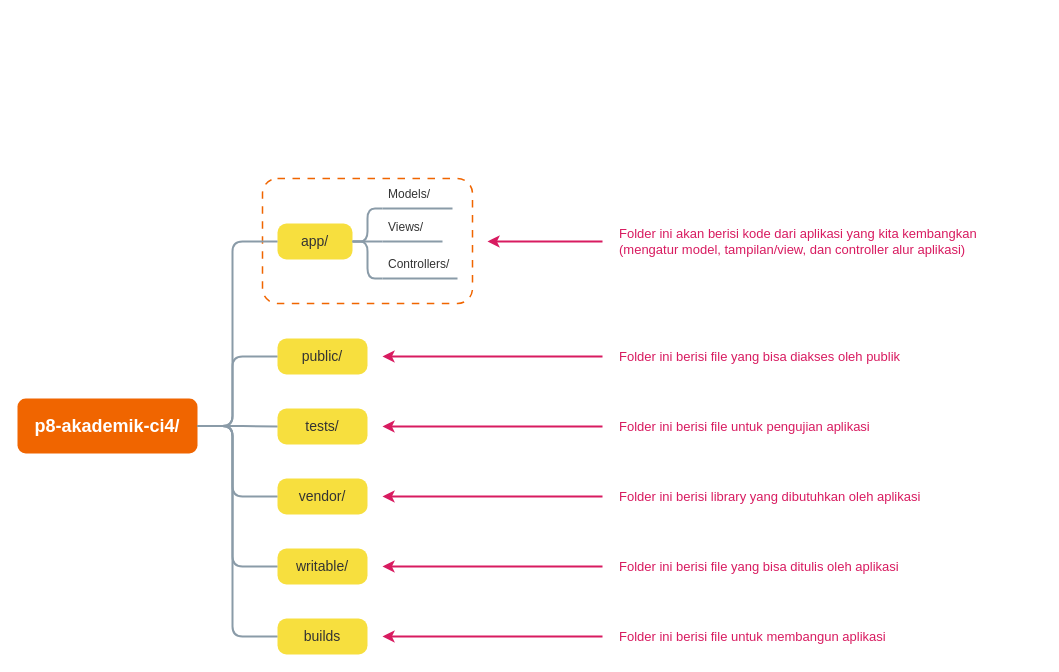
xnoname2003/flowchart keeps this draw.io diagram as Untitled Diagram.drawio. Above is the earlier version. Source tidied: cells renumbered, new cells numbered last; positions are measured from the earlier drawing's top-left corner, leaving out a move shared by most shapes. Both pictures are drawn from the tidied source at 100%, with x=0, y=0 at pixel (17, 178).
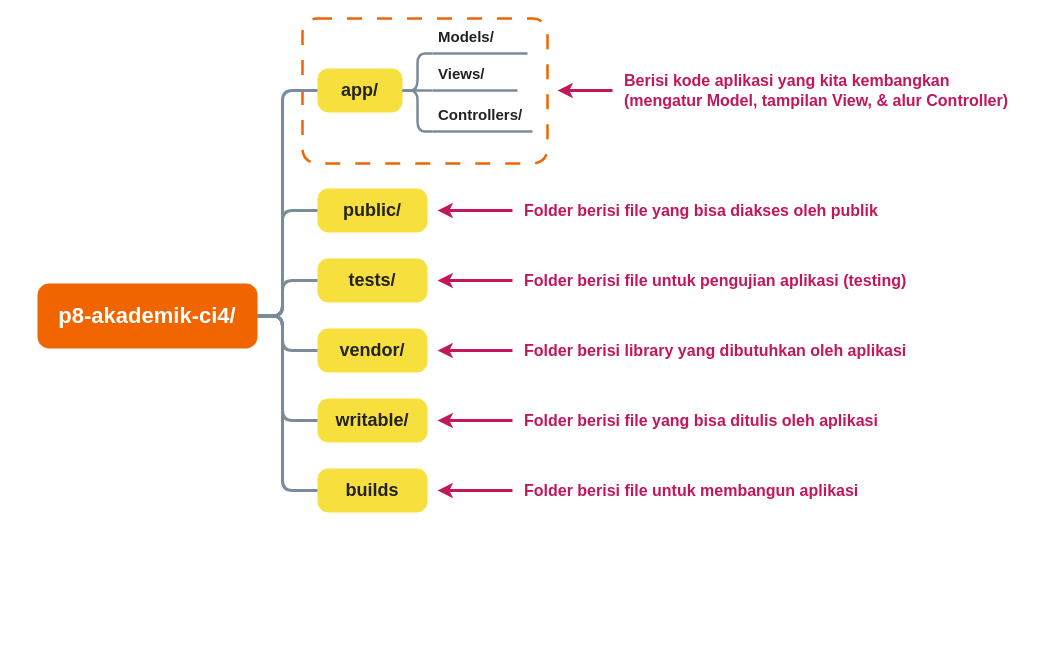
After the change.

What changed in the source:
```diff
@@
-    <mxCell id="2" value="p8-akademik-ci4/" style="rounded=1;whiteSpace=wrap;html=1;fillColor=#F06500;strokeColor=none;fontColor=#FFFFFF;fontSize=18;fontStyle=1;arcSize=15;" parent="1" vertex="1">
-      <mxGeometry y="220" width="180" height="55" as="geometry" />
+    <mxCell id="2" value="p8-akademik-ci4/" style="rounded=1;whiteSpace=wrap;html=1;fillColor=#F06500;strokeColor=none;fontColor=#FFFFFF;fontSize=22;fontStyle=1;arcSize=18;" parent="1" vertex="1">
+      <mxGeometry x="20" y="105" width="220" height="65" as="geometry" />
     </mxCell>
-    <mxCell id="3" style="rounded=1;whiteSpace=wrap;html=1;fillColor=none;strokeColor=#F06500;strokeWidth=1.5;dashed=1;dashPattern=5 5;arcSize=12;" parent="1" vertex="1">
-      <mxGeometry x="245" width="210" height="125" as="geometry" />
-    </mxCell>
+    <mxCell id="34" style="rounded=1;whiteSpace=wrap;html=1;fillColor=none;strokeColor=#F06500;strokeWidth=2.5;dashed=1;dashPattern=6 6;arcSize=10;" parent="1" vertex="1">
+      <mxGeometry x="285" y="-160" width="245" height="145" as="geometry" />
+    </mxCell>
-    <mxCell id="4" value="app/" style="rounded=1;whiteSpace=wrap;html=1;fillColor=#F7DF3E;strokeColor=none;fontColor=#333333;fontSize=14;fontStyle=0;arcSize=25;" parent="1" vertex="1">
-      <mxGeometry x="260" y="45" width="75" height="36" as="geometry" />
+    <mxCell id="4" value="app/" style="rounded=1;whiteSpace=wrap;html=1;fillColor=#F7DF3E;strokeColor=none;fontColor=#222222;fontSize=18;fontStyle=1;arcSize=25;" parent="1" vertex="1">
+      <mxGeometry x="300" y="-110" width="85" height="44" as="geometry" />
     </mxCell>
-    <mxCell id="5" style="edgeStyle=orthogonalEdgeStyle;rounded=1;jettySize=auto;html=1;exitX=1;exitY=0.5;entryX=0;entryY=0.5;strokeColor=#8A9BA8;strokeWidth=2;endArrow=none;" parent="1" edge="1" source="2" target="4">
+    <mxCell id="5" style="edgeStyle=orthogonalEdgeStyle;rounded=1;jettySize=auto;html=1;exitX=1;exitY=0.5;entryX=0;entryY=0.5;strokeColor=#7A8B99;strokeWidth=3;endArrow=none;" parent="1" edge="1" source="2" target="4">
       <mxGeometry relative="1" as="geometry">
         <Array as="points">
-          <mxPoint x="215" y="248" />
-          <mxPoint x="215" y="63" />
+          <mxPoint x="265" y="138" />
+          <mxPoint x="265" y="-88" />
         </Array>
       </mxGeometry>
     </mxCell>
-    <mxCell id="6" value="Models/" style="whiteSpace=wrap;html=1;fillColor=none;strokeColor=#8A9BA8;strokeWidth=2;fontColor=#333333;fontSize=12;align=left;spacingLeft=4;shape=line;verticalAlign=bottom;labelPosition=center;verticalLabelPosition=top;" parent="1" vertex="1">
-      <mxGeometry x="365" y="25" width="70" height="10" as="geometry" />
+    <mxCell id="6" value="Models/" style="whiteSpace=wrap;html=1;fillColor=none;strokeColor=#7A8B99;strokeWidth=2.5;fontColor=#222222;fontSize=15;fontStyle=1;align=left;spacingLeft=4;shape=line;verticalAlign=bottom;labelPosition=center;verticalLabelPosition=top;" parent="1" vertex="1">
+      <mxGeometry x="415" y="-130" width="95" height="10" as="geometry" />
     </mxCell>
-    <mxCell id="7" style="edgeStyle=orthogonalEdgeStyle;rounded=1;html=1;exitX=1;exitY=0.5;entryX=0;entryY=0.5;strokeColor=#8A9BA8;strokeWidth=2;endArrow=none;" parent="1" edge="1" source="4" target="6">
+    <mxCell id="7" style="edgeStyle=orthogonalEdgeStyle;rounded=1;html=1;exitX=1;exitY=0.5;entryX=0;entryY=0.5;strokeColor=#7A8B99;strokeWidth=2.5;endArrow=none;" parent="1" edge="1" source="4" target="6">
       <mxGeometry relative="1" as="geometry">
         <Array as="points">
-          <mxPoint x="350" y="63" />
-          <mxPoint x="350" y="30" />
+          <mxPoint x="400" y="-88" />
+          <mxPoint x="400" y="-125" />
         </Array>
       </mxGeometry>
     </mxCell>
-    <mxCell id="8" value="Views/" style="whiteSpace=wrap;html=1;fillColor=none;strokeColor=#8A9BA8;strokeWidth=2;fontColor=#333333;fontSize=12;align=left;spacingLeft=4;shape=line;verticalAlign=bottom;labelPosition=center;verticalLabelPosition=top;" parent="1" vertex="1">
-      <mxGeometry x="365" y="58" width="60" height="10" as="geometry" />
+    <mxCell id="8" value="Views/" style="whiteSpace=wrap;html=1;fillColor=none;strokeColor=#7A8B99;strokeWidth=2.5;fontColor=#222222;fontSize=15;fontStyle=1;align=left;spacingLeft=4;shape=line;verticalAlign=bottom;labelPosition=center;verticalLabelPosition=top;" parent="1" vertex="1">
+      <mxGeometry x="415" y="-93" width="85" height="10" as="geometry" />
     </mxCell>
-    <mxCell id="9" style="edgeStyle=orthogonalEdgeStyle;rounded=1;html=1;exitX=1;exitY=0.5;entryX=0;entryY=0.5;strokeColor=#8A9BA8;strokeWidth=2;endArrow=none;" parent="1" edge="1" source="4" target="8">
+    <mxCell id="9" style="edgeStyle=orthogonalEdgeStyle;rounded=1;html=1;exitX=1;exitY=0.5;entryX=0;entryY=0.5;strokeColor=#7A8B99;strokeWidth=2.5;endArrow=none;" parent="1" edge="1" source="4" target="8">
       <mxGeometry relative="1" as="geometry" />
     </mxCell>
-    <mxCell id="10" value="Controllers/" style="whiteSpace=wrap;html=1;fillColor=none;strokeColor=#8A9BA8;strokeWidth=2;fontColor=#333333;fontSize=12;align=left;spacingLeft=4;shape=line;verticalAlign=bottom;labelPosition=center;verticalLabelPosition=top;" parent="1" vertex="1">
-      <mxGeometry x="365" y="95" width="75" height="10" as="geometry" />
+    <mxCell id="10" value="Controllers/" style="whiteSpace=wrap;html=1;fillColor=none;strokeColor=#7A8B99;strokeWidth=2.5;fontColor=#222222;fontSize=15;fontStyle=1;align=left;spacingLeft=4;shape=line;verticalAlign=bottom;labelPosition=center;verticalLabelPosition=top;" parent="1" vertex="1">
+      <mxGeometry x="415" y="-52" width="100" height="10" as="geometry" />
     </mxCell>
-    <mxCell id="11" style="edgeStyle=orthogonalEdgeStyle;rounded=1;html=1;exitX=1;exitY=0.5;entryX=0;entryY=0.5;strokeColor=#8A9BA8;strokeWidth=2;endArrow=none;" parent="1" edge="1" source="4" target="10">
+    <mxCell id="11" style="edgeStyle=orthogonalEdgeStyle;rounded=1;html=1;exitX=1;exitY=0.5;entryX=0;entryY=0.5;strokeColor=#7A8B99;strokeWidth=2.5;endArrow=none;" parent="1" edge="1" source="4" target="10">
       <mxGeometry relative="1" as="geometry">
         <Array as="points">
-          <mxPoint x="350" y="63" />
-          <mxPoint x="350" y="100" />
+          <mxPoint x="400" y="-88" />
+          <mxPoint x="400" y="-47" />
         </Array>
       </mxGeometry>
     </mxCell>
-    <mxCell id="12" value="&lt;font&gt;Folder ini akan berisi kode dari aplikasi yang kita kembangkan&lt;br&gt;(mengatur model, tampilan/view, dan controller alur aplikasi)&lt;/font&gt;" style="text;html=1;strokeColor=none;fillColor=none;align=left;verticalAlign=middle;whiteSpace=wrap;fontColor=#D81B60;fontSize=13;" parent="1" vertex="1">
-      <mxGeometry x="600" y="40" width="380" height="45" as="geometry" />
-    </mxCell>
-    <mxCell id="13" style="edgeStyle=none;html=1;strokeColor=#D81B60;strokeWidth=2;endArrow=classic;" parent="1" edge="1">
-      <mxGeometry relative="1" as="geometry">
-        <mxPoint x="585" y="63" as="sourcePoint" />
-        <mxPoint x="470" y="63" as="targetPoint" />
-      </mxGeometry>
-    </mxCell>
+    <mxCell id="35" value="Berisi kode aplikasi yang kita kembangkan&#10;(mengatur Model, tampilan View, &amp; alur Controller)" style="text;html=1;strokeColor=none;fillColor=none;align=left;verticalAlign=middle;whiteSpace=wrap;fontColor=#C2185B;fontSize=16;fontStyle=1;" parent="1" vertex="1">
+      <mxGeometry x="605" y="-118" width="420" height="60" as="geometry" />
+    </mxCell>
+    <mxCell id="36" style="edgeStyle=none;html=1;strokeColor=#C2185B;strokeWidth=3;endArrow=classic;" parent="1" edge="1">
+      <mxGeometry relative="1" as="geometry">
+        <mxPoint x="595" y="-88" as="sourcePoint" />
+        <mxPoint x="540" y="-88" as="targetPoint" />
+      </mxGeometry>
+    </mxCell>
-    <mxCell id="14" value="public/" style="rounded=1;whiteSpace=wrap;html=1;fillColor=#F7DF3E;strokeColor=none;fontColor=#333333;fontSize=14;arcSize=25;" parent="1" vertex="1">
-      <mxGeometry x="260" y="160" width="90" height="36" as="geometry" />
+    <mxCell id="14" value="public/" style="rounded=1;whiteSpace=wrap;html=1;fillColor=#F7DF3E;strokeColor=none;fontColor=#222222;fontSize=18;fontStyle=1;arcSize=25;" parent="1" vertex="1">
+      <mxGeometry x="300" y="10" width="110" height="44" as="geometry" />
     </mxCell>
-    <mxCell id="15" style="edgeStyle=orthogonalEdgeStyle;rounded=1;html=1;exitX=1;exitY=0.5;entryX=0;entryY=0.5;strokeColor=#8A9BA8;strokeWidth=2;endArrow=none;" parent="1" edge="1" source="2" target="14">
+    <mxCell id="15" style="edgeStyle=orthogonalEdgeStyle;rounded=1;html=1;exitX=1;exitY=0.5;entryX=0;entryY=0.5;strokeColor=#7A8B99;strokeWidth=3;endArrow=none;" parent="1" edge="1" source="2" target="14">
       <mxGeometry relative="1" as="geometry">
         <Array as="points">
-          <mxPoint x="215" y="248" />
-          <mxPoint x="215" y="178" />
+          <mxPoint x="265" y="138" />
+          <mxPoint x="265" y="32" />
         </Array>
       </mxGeometry>
     </mxCell>
-    <mxCell id="16" value="Folder ini berisi file yang bisa diakses oleh publik" style="text;html=1;strokeColor=none;fillColor=none;align=left;verticalAlign=middle;whiteSpace=wrap;fontColor=#D81B60;fontSize=13;" parent="1" vertex="1">
-      <mxGeometry x="600" y="160" width="360" height="36" as="geometry" />
-    </mxCell>
-    <mxCell id="17" style="edgeStyle=none;html=1;strokeColor=#D81B60;strokeWidth=2;endArrow=classic;" parent="1" edge="1">
-      <mxGeometry relative="1" as="geometry">
-        <mxPoint x="585" y="178" as="sourcePoint" />
-        <mxPoint x="365" y="178" as="targetPoint" />
-      </mxGeometry>
-    </mxCell>
+    <mxCell id="37" value="Folder berisi file yang bisa diakses oleh publik" style="text;html=1;strokeColor=none;fillColor=none;align=left;verticalAlign=middle;whiteSpace=wrap;fontColor=#C2185B;fontSize=16;fontStyle=1;" parent="1" vertex="1">
+      <mxGeometry x="505" y="10" width="480" height="44" as="geometry" />
+    </mxCell>
+    <mxCell id="38" style="edgeStyle=none;html=1;strokeColor=#C2185B;strokeWidth=3;endArrow=classic;" parent="1" edge="1">
+      <mxGeometry relative="1" as="geometry">
+        <mxPoint x="495" y="32" as="sourcePoint" />
+        <mxPoint x="420" y="32" as="targetPoint" />
+      </mxGeometry>
+    </mxCell>
-    <mxCell id="18" value="tests/" style="rounded=1;whiteSpace=wrap;html=1;fillColor=#F7DF3E;strokeColor=none;fontColor=#333333;fontSize=14;arcSize=25;" parent="1" vertex="1">
-      <mxGeometry x="260" y="230" width="90" height="36" as="geometry" />
+    <mxCell id="18" value="tests/" style="rounded=1;whiteSpace=wrap;html=1;fillColor=#F7DF3E;strokeColor=none;fontColor=#222222;fontSize=18;fontStyle=1;arcSize=25;" parent="1" vertex="1">
+      <mxGeometry x="300" y="80" width="110" height="44" as="geometry" />
     </mxCell>
-    <mxCell id="19" style="edgeStyle=orthogonalEdgeStyle;rounded=1;html=1;exitX=1;exitY=0.5;entryX=0;entryY=0.5;strokeColor=#8A9BA8;strokeWidth=2;endArrow=none;" parent="1" edge="1" source="2" target="18">
+    <mxCell id="19" style="edgeStyle=orthogonalEdgeStyle;rounded=1;html=1;exitX=1;exitY=0.5;entryX=0;entryY=0.5;strokeColor=#7A8B99;strokeWidth=3;endArrow=none;" parent="1" edge="1" source="2" target="18">
       <mxGeometry relative="1" as="geometry">
         <Array as="points">
-          <mxPoint x="215" y="248" />
-          <mxPoint x="215" y="248" />
+          <mxPoint x="265" y="138" />
+          <mxPoint x="265" y="102" />
         </Array>
       </mxGeometry>
     </mxCell>
-    <mxCell id="20" value="Folder ini berisi file untuk pengujian aplikasi" style="text;html=1;strokeColor=none;fillColor=none;align=left;verticalAlign=middle;whiteSpace=wrap;fontColor=#D81B60;fontSize=13;" parent="1" vertex="1">
-      <mxGeometry x="600" y="230" width="360" height="36" as="geometry" />
-    </mxCell>
-    <mxCell id="21" style="edgeStyle=none;html=1;strokeColor=#D81B60;strokeWidth=2;endArrow=classic;" parent="1" edge="1">
-      <mxGeometry relative="1" as="geometry">
-        <mxPoint x="585" y="248" as="sourcePoint" />
-        <mxPoint x="365" y="248" as="targetPoint" />
-      </mxGeometry>
-    </mxCell>
+    <mxCell id="39" value="Folder berisi file untuk pengujian aplikasi (testing)" style="text;html=1;strokeColor=none;fillColor=none;align=left;verticalAlign=middle;whiteSpace=wrap;fontColor=#C2185B;fontSize=16;fontStyle=1;" parent="1" vertex="1">
+      <mxGeometry x="505" y="80" width="480" height="44" as="geometry" />
+    </mxCell>
+    <mxCell id="40" style="edgeStyle=none;html=1;strokeColor=#C2185B;strokeWidth=3;endArrow=classic;" parent="1" edge="1">
+      <mxGeometry relative="1" as="geometry">
+        <mxPoint x="495" y="102" as="sourcePoint" />
+        <mxPoint x="420" y="102" as="targetPoint" />
+      </mxGeometry>
+    </mxCell>
-    <mxCell id="22" value="vendor/" style="rounded=1;whiteSpace=wrap;html=1;fillColor=#F7DF3E;strokeColor=none;fontColor=#333333;fontSize=14;arcSize=25;" parent="1" vertex="1">
-      <mxGeometry x="260" y="300" width="90" height="36" as="geometry" />
+    <mxCell id="22" value="vendor/" style="rounded=1;whiteSpace=wrap;html=1;fillColor=#F7DF3E;strokeColor=none;fontColor=#222222;fontSize=18;fontStyle=1;arcSize=25;" parent="1" vertex="1">
+      <mxGeometry x="300" y="150" width="110" height="44" as="geometry" />
     </mxCell>
-    <mxCell id="23" style="edgeStyle=orthogonalEdgeStyle;rounded=1;html=1;exitX=1;exitY=0.5;entryX=0;entryY=0.5;strokeColor=#8A9BA8;strokeWidth=2;endArrow=none;" parent="1" edge="1" source="2" target="22">
+    <mxCell id="23" style="edgeStyle=orthogonalEdgeStyle;rounded=1;html=1;exitX=1;exitY=0.5;entryX=0;entryY=0.5;strokeColor=#7A8B99;strokeWidth=3;endArrow=none;" parent="1" edge="1" source="2" target="22">
       <mxGeometry relative="1" as="geometry">
         <Array as="points">
-          <mxPoint x="215" y="248" />
-          <mxPoint x="215" y="318" />
+          <mxPoint x="265" y="138" />
+          <mxPoint x="265" y="172" />
         </Array>
       </mxGeometry>
     </mxCell>
-    <mxCell id="24" value="Folder ini berisi library yang dibutuhkan oleh aplikasi" style="text;html=1;strokeColor=none;fillColor=none;align=left;verticalAlign=middle;whiteSpace=wrap;fontColor=#D81B60;fontSize=13;" parent="1" vertex="1">
-      <mxGeometry x="600" y="300" width="360" height="36" as="geometry" />
-    </mxCell>
-    <mxCell id="25" style="edgeStyle=none;html=1;strokeColor=#D81B60;strokeWidth=2;endArrow=classic;" parent="1" edge="1">
-      <mxGeometry relative="1" as="geometry">
-        <mxPoint x="585" y="318" as="sourcePoint" />
-        <mxPoint x="365" y="318" as="targetPoint" />
-      </mxGeometry>
-    </mxCell>
+    <mxCell id="41" value="Folder berisi library yang dibutuhkan oleh aplikasi" style="text;html=1;strokeColor=none;fillColor=none;align=left;verticalAlign=middle;whiteSpace=wrap;fontColor=#C2185B;fontSize=16;fontStyle=1;" parent="1" vertex="1">
+      <mxGeometry x="505" y="150" width="480" height="44" as="geometry" />
+    </mxCell>
+    <mxCell id="42" style="edgeStyle=none;html=1;strokeColor=#C2185B;strokeWidth=3;endArrow=classic;" parent="1" edge="1">
+      <mxGeometry relative="1" as="geometry">
+        <mxPoint x="495" y="172" as="sourcePoint" />
+        <mxPoint x="420" y="172" as="targetPoint" />
+      </mxGeometry>
+    </mxCell>
-    <mxCell id="26" value="writable/" style="rounded=1;whiteSpace=wrap;html=1;fillColor=#F7DF3E;strokeColor=none;fontColor=#333333;fontSize=14;arcSize=25;" parent="1" vertex="1">
-      <mxGeometry x="260" y="370" width="90" height="36" as="geometry" />
+    <mxCell id="26" value="writable/" style="rounded=1;whiteSpace=wrap;html=1;fillColor=#F7DF3E;strokeColor=none;fontColor=#222222;fontSize=18;fontStyle=1;arcSize=25;" parent="1" vertex="1">
+      <mxGeometry x="300" y="220" width="110" height="44" as="geometry" />
     </mxCell>
-    <mxCell id="27" style="edgeStyle=orthogonalEdgeStyle;rounded=1;html=1;exitX=1;exitY=0.5;entryX=0;entryY=0.5;strokeColor=#8A9BA8;strokeWidth=2;endArrow=none;" parent="1" edge="1" source="2" target="26">
+    <mxCell id="27" style="edgeStyle=orthogonalEdgeStyle;rounded=1;html=1;exitX=1;exitY=0.5;entryX=0;entryY=0.5;strokeColor=#7A8B99;strokeWidth=3;endArrow=none;" parent="1" edge="1" source="2" target="26">
       <mxGeometry relative="1" as="geometry">
         <Array as="points">
-          <mxPoint x="215" y="248" />
-          <mxPoint x="215" y="388" />
+          <mxPoint x="265" y="138" />
+          <mxPoint x="265" y="242" />
         </Array>
       </mxGeometry>
     </mxCell>
-    <mxCell id="28" value="Folder ini berisi file yang bisa ditulis oleh aplikasi" style="text;html=1;strokeColor=none;fillColor=none;align=left;verticalAlign=middle;whiteSpace=wrap;fontColor=#D81B60;fontSize=13;" parent="1" vertex="1">
-      <mxGeometry x="600" y="370" width="360" height="36" as="geometry" />
-    </mxCell>
-    <mxCell id="29" style="edgeStyle=none;html=1;strokeColor=#D81B60;strokeWidth=2;endArrow=classic;" parent="1" edge="1">
-      <mxGeometry relative="1" as="geometry">
-        <mxPoint x="585" y="388" as="sourcePoint" />
-        <mxPoint x="365" y="388" as="targetPoint" />
-      </mxGeometry>
-    </mxCell>
+    <mxCell id="43" value="Folder berisi file yang bisa ditulis oleh aplikasi" style="text;html=1;strokeColor=none;fillColor=none;align=left;verticalAlign=middle;whiteSpace=wrap;fontColor=#C2185B;fontSize=16;fontStyle=1;" parent="1" vertex="1">
+      <mxGeometry x="505" y="220" width="480" height="44" as="geometry" />
+    </mxCell>
+    <mxCell id="44" style="edgeStyle=none;html=1;strokeColor=#C2185B;strokeWidth=3;endArrow=classic;" parent="1" edge="1">
+      <mxGeometry relative="1" as="geometry">
+        <mxPoint x="495" y="242" as="sourcePoint" />
+        <mxPoint x="420" y="242" as="targetPoint" />
+      </mxGeometry>
+    </mxCell>
-    <mxCell id="30" value="builds" style="rounded=1;whiteSpace=wrap;html=1;fillColor=#F7DF3E;strokeColor=none;fontColor=#333333;fontSize=14;arcSize=25;" parent="1" vertex="1">
-      <mxGeometry x="260" y="440" width="90" height="36" as="geometry" />
+    <mxCell id="30" value="builds" style="rounded=1;whiteSpace=wrap;html=1;fillColor=#F7DF3E;strokeColor=none;fontColor=#222222;fontSize=18;fontStyle=1;arcSize=25;" parent="1" vertex="1">
+      <mxGeometry x="300" y="290" width="110" height="44" as="geometry" />
     </mxCell>
-    <mxCell id="31" style="edgeStyle=orthogonalEdgeStyle;rounded=1;html=1;exitX=1;exitY=0.5;entryX=0;entryY=0.5;strokeColor=#8A9BA8;strokeWidth=2;endArrow=none;" parent="1" edge="1" source="2" target="30">
+    <mxCell id="31" style="edgeStyle=orthogonalEdgeStyle;rounded=1;html=1;exitX=1;exitY=0.5;entryX=0;entryY=0.5;strokeColor=#7A8B99;strokeWidth=3;endArrow=none;" parent="1" edge="1" source="2" target="30">
       <mxGeometry relative="1" as="geometry">
         <Array as="points">
-          <mxPoint x="215" y="248" />
-          <mxPoint x="215" y="458" />
+          <mxPoint x="265" y="138" />
+          <mxPoint x="265" y="312" />
         </Array>
       </mxGeometry>
     </mxCell>
-    <mxCell id="32" value="Folder ini berisi file untuk membangun aplikasi" style="text;html=1;strokeColor=none;fillColor=none;align=left;verticalAlign=middle;whiteSpace=wrap;fontColor=#D81B60;fontSize=13;" parent="1" vertex="1">
-      <mxGeometry x="600" y="440" width="360" height="36" as="geometry" />
-    </mxCell>
-    <mxCell id="33" style="edgeStyle=none;html=1;strokeColor=#D81B60;strokeWidth=2;endArrow=classic;" parent="1" edge="1">
-      <mxGeometry relative="1" as="geometry">
-        <mxPoint x="585" y="458" as="sourcePoint" />
-        <mxPoint x="365" y="458" as="targetPoint" />
-      </mxGeometry>
-    </mxCell>
+    <mxCell id="45" value="Folder berisi file untuk membangun aplikasi" style="text;html=1;strokeColor=none;fillColor=none;align=left;verticalAlign=middle;whiteSpace=wrap;fontColor=#C2185B;fontSize=16;fontStyle=1;" parent="1" vertex="1">
+      <mxGeometry x="505" y="290" width="480" height="44" as="geometry" />
+    </mxCell>
+    <mxCell id="46" style="edgeStyle=none;html=1;strokeColor=#C2185B;strokeWidth=3;endArrow=classic;" parent="1" edge="1">
+      <mxGeometry relative="1" as="geometry">
+        <mxPoint x="495" y="312" as="sourcePoint" />
+        <mxPoint x="420" y="312" as="targetPoint" />
+      </mxGeometry>
+    </mxCell>
```
